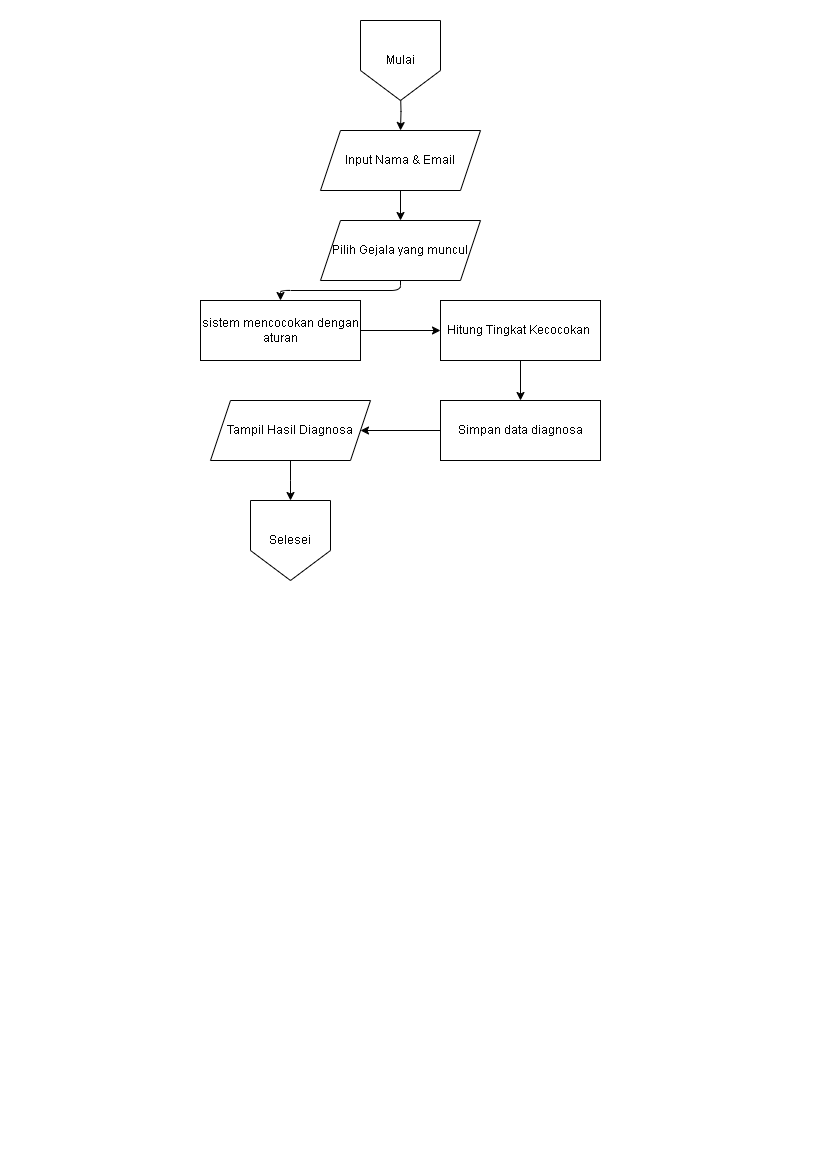
This is diagram/flowchart/konsultasi.png from Jinsky/Jinsky, a draw.io export, as it was before one commit. Source tidied: cells renumbered, new cells last; positions are measured from the earlier drawing's top-left corner, leaving out a move shared by most shapes.
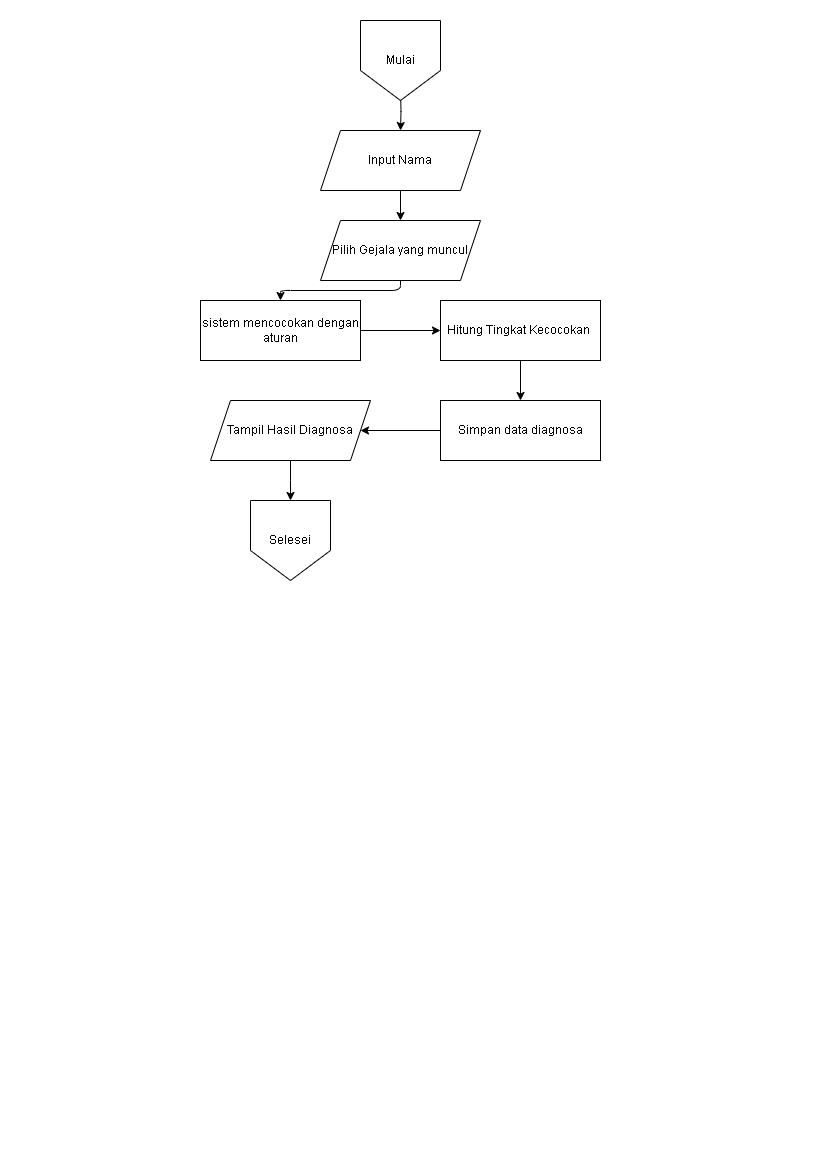
After the commit.

Commit message:
fix: update flowchart diagrams for admin and consultation processes

Change to the diagram source:
```diff
@@ -5,7 +5,7 @@
     <mxCell id="2" style="rounded=0;whiteSpace=wrap;html=1;fillColor=#ffffff;strokeColor=none;" parent="1" vertex="1">
       <mxGeometry width="827" height="1169" as="geometry" />
     </mxCell>
-    <mxCell id="3" value="Input Nama &amp; Email" style="shape=parallelogram;perimeter=parallelogramPerimeter;whiteSpace=wrap;html=1;fixedSize=1;fontSize=12;fillColor=#ffffff;strokeColor=#000000;" parent="1" vertex="1">
+    <mxCell id="3" value="Input Nama" style="shape=parallelogram;perimeter=parallelogramPerimeter;whiteSpace=wrap;html=1;fixedSize=1;fontSize=12;fillColor=#ffffff;strokeColor=#000000;" parent="1" vertex="1">
       <mxGeometry x="320" y="130" width="160" height="60" as="geometry" />
     </mxCell>
     <mxCell id="4" style="edgeStyle=orthogonalEdgeStyle;html=1;entryX=0.5;entryY=0;entryDx=0;entryDy=0;exitX=0.5;exitY=1;exitDx=0;exitDy=0;" parent="1" edge="1" source="5" target="7">
```
